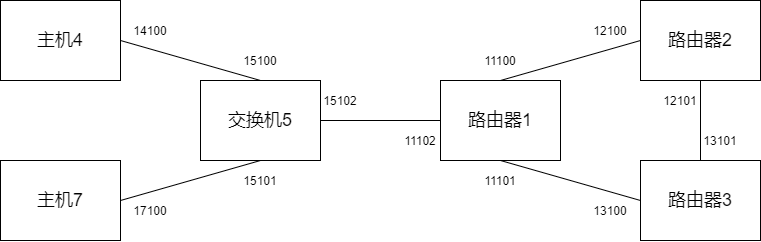
Above: Project1-MinNE-python/report/images/topology-4.png in mrcaidev/computer-network-and-communication-technology (draw.io), before the change. Source tidied: cells renumbered, new cells last; positions are measured from the earlier drawing's top-left corner, leaving out a move shared by most shapes.
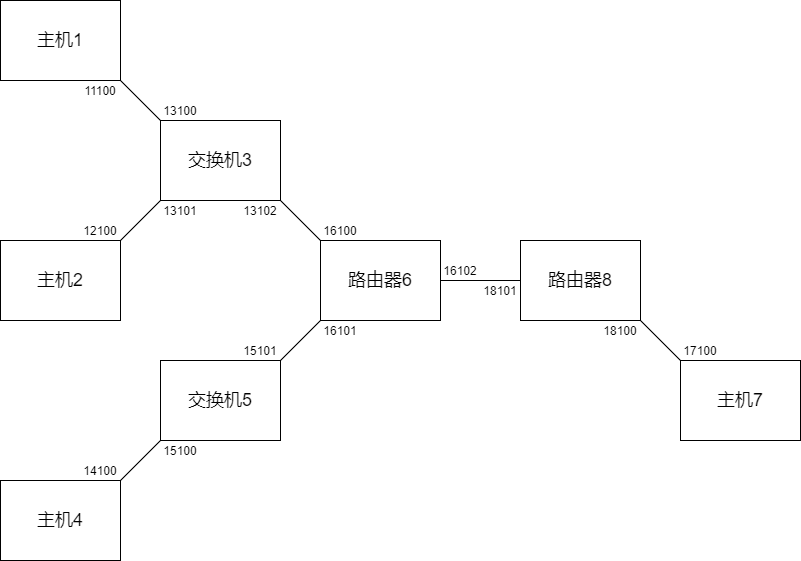
After the change.

What changed in the source:
```diff
@@ -2,77 +2,92 @@
   <root>
     <mxCell id="0" />
     <mxCell id="1" parent="0" />
-    <mxCell id="2" style="edgeStyle=none;html=1;exitX=1;exitY=0.5;exitDx=0;exitDy=0;entryX=0.5;entryY=0;entryDx=0;entryDy=0;endArrow=none;endFill=0;" parent="1" edge="1" source="3" target="7">
+    <mxCell id="2" style="edgeStyle=none;html=1;exitX=1;exitY=0;exitDx=0;exitDy=0;entryX=0;entryY=1;entryDx=0;entryDy=0;endArrow=none;endFill=0;" parent="1" edge="1" source="3" target="7">
       <mxGeometry relative="1" as="geometry" />
     </mxCell>
-    <mxCell id="3" value="&lt;font style=&quot;font-size: 18px&quot;&gt;主机4&lt;/font&gt;" style="rounded=0;whiteSpace=wrap;html=1;" parent="1" vertex="1">
-      <mxGeometry width="120" height="80" as="geometry" />
+    <mxCell id="3" value="&lt;font style=&quot;font-size: 18px&quot;&gt;主机2&lt;/font&gt;" style="rounded=0;whiteSpace=wrap;html=1;" parent="1" vertex="1">
+      <mxGeometry x="40" y="200" width="120" height="80" as="geometry" />
     </mxCell>
-    <mxCell id="4" value="&lt;font style=&quot;font-size: 18px&quot;&gt;主机7&lt;/font&gt;" style="rounded=0;whiteSpace=wrap;html=1;" parent="1" vertex="1">
-      <mxGeometry y="160" width="120" height="80" as="geometry" />
+    <mxCell id="4" value="&lt;font style=&quot;font-size: 18px&quot;&gt;主机1&lt;/font&gt;" style="rounded=0;whiteSpace=wrap;html=1;" parent="1" vertex="1">
+      <mxGeometry x="40" y="-40" width="120" height="80" as="geometry" />
     </mxCell>
-    <mxCell id="5" style="edgeStyle=none;html=1;exitX=0.5;exitY=1;exitDx=0;exitDy=0;entryX=1;entryY=0.5;entryDx=0;entryDy=0;endArrow=none;endFill=0;" parent="1" edge="1" source="7" target="4">
+    <mxCell id="5" style="edgeStyle=none;html=1;exitX=0;exitY=0;exitDx=0;exitDy=0;entryX=1;entryY=1;entryDx=0;entryDy=0;endArrow=none;endFill=0;" parent="1" edge="1" source="7" target="4">
       <mxGeometry relative="1" as="geometry" />
     </mxCell>
-    <mxCell id="6" style="edgeStyle=none;html=1;exitX=1;exitY=0.5;exitDx=0;exitDy=0;entryX=0;entryY=0.5;entryDx=0;entryDy=0;endArrow=none;endFill=0;" parent="1" edge="1" source="7" target="9">
+    <mxCell id="6" style="edgeStyle=none;html=1;exitX=1;exitY=1;exitDx=0;exitDy=0;entryX=0;entryY=0;entryDx=0;entryDy=0;endArrow=none;endFill=0;" parent="1" edge="1" source="7" target="9">
       <mxGeometry relative="1" as="geometry" />
     </mxCell>
-    <mxCell id="7" value="&lt;font style=&quot;font-size: 18px&quot;&gt;交换机5&lt;/font&gt;" style="rounded=0;whiteSpace=wrap;html=1;" parent="1" vertex="1">
+    <mxCell id="7" value="&lt;font style=&quot;font-size: 18px&quot;&gt;交换机3&lt;/font&gt;" style="rounded=0;whiteSpace=wrap;html=1;" parent="1" vertex="1">
       <mxGeometry x="200" y="80" width="120" height="80" as="geometry" />
     </mxCell>
-    <mxCell id="8" style="edgeStyle=none;html=1;exitX=0.5;exitY=0;exitDx=0;exitDy=0;entryX=0;entryY=0.5;entryDx=0;entryDy=0;endArrow=none;endFill=0;" parent="1" edge="1" source="9" target="11">
-      <mxGeometry relative="1" as="geometry" />
-    </mxCell>
+    <mxCell id="26" style="edgeStyle=none;html=1;exitX=0;exitY=1;exitDx=0;exitDy=0;entryX=1;entryY=0;entryDx=0;entryDy=0;endArrow=none;endFill=0;" parent="1" edge="1" source="9" target="30">
+      <mxGeometry relative="1" as="geometry" />
+    </mxCell>
-    <mxCell id="9" value="&lt;font style=&quot;font-size: 18px&quot;&gt;路由器1&lt;/font&gt;" style="rounded=0;whiteSpace=wrap;html=1;" parent="1" vertex="1">
-      <mxGeometry x="440" y="80" width="120" height="80" as="geometry" />
+    <mxCell id="9" value="&lt;font style=&quot;font-size: 18px&quot;&gt;路由器6&lt;/font&gt;" style="rounded=0;whiteSpace=wrap;html=1;" parent="1" vertex="1">
+      <mxGeometry x="360" y="200" width="120" height="80" as="geometry" />
     </mxCell>
-    <mxCell id="10" style="edgeStyle=none;html=1;exitX=0.5;exitY=1;exitDx=0;exitDy=0;entryX=0.5;entryY=0;entryDx=0;entryDy=0;endArrow=none;endFill=0;" parent="1" edge="1" source="11" target="13">
-      <mxGeometry relative="1" as="geometry" />
-    </mxCell>
-    <mxCell id="11" value="&lt;font style=&quot;font-size: 18px&quot;&gt;路由器2&lt;/font&gt;" style="rounded=0;whiteSpace=wrap;html=1;" parent="1" vertex="1">
-      <mxGeometry x="640" width="120" height="80" as="geometry" />
-    </mxCell>
-    <mxCell id="12" style="edgeStyle=none;html=1;exitX=0;exitY=0.5;exitDx=0;exitDy=0;entryX=0.5;entryY=1;entryDx=0;entryDy=0;endArrow=none;endFill=0;" parent="1" edge="1" source="13" target="9">
+    <mxCell id="12" style="edgeStyle=none;html=1;exitX=0;exitY=0.5;exitDx=0;exitDy=0;entryX=1;entryY=0.5;entryDx=0;entryDy=0;endArrow=none;endFill=0;" parent="1" edge="1" source="13" target="9">
       <mxGeometry relative="1" as="geometry" />
     </mxCell>
+    <mxCell id="27" style="edgeStyle=none;html=1;exitX=1;exitY=1;exitDx=0;exitDy=0;entryX=0;entryY=0;entryDx=0;entryDy=0;endArrow=none;endFill=0;" parent="1" edge="1" source="13" target="28">
+      <mxGeometry relative="1" as="geometry" />
+    </mxCell>
-    <mxCell id="13" value="&lt;font style=&quot;font-size: 18px&quot;&gt;路由器3&lt;/font&gt;" style="rounded=0;whiteSpace=wrap;html=1;" parent="1" vertex="1">
-      <mxGeometry x="640" y="160" width="120" height="80" as="geometry" />
+    <mxCell id="13" value="&lt;font style=&quot;font-size: 18px&quot;&gt;路由器8&lt;/font&gt;" style="rounded=0;whiteSpace=wrap;html=1;" parent="1" vertex="1">
+      <mxGeometry x="560" y="200" width="120" height="80" as="geometry" />
     </mxCell>
+    <mxCell id="28" value="&lt;font style=&quot;font-size: 18px&quot;&gt;主机7&lt;/font&gt;" style="rounded=0;whiteSpace=wrap;html=1;" parent="1" vertex="1">
+      <mxGeometry x="720" y="320" width="120" height="80" as="geometry" />
+    </mxCell>
+    <mxCell id="29" style="edgeStyle=none;html=1;exitX=0;exitY=1;exitDx=0;exitDy=0;entryX=1;entryY=0;entryDx=0;entryDy=0;endArrow=none;endFill=0;" parent="1" edge="1" source="30" target="31">
+      <mxGeometry relative="1" as="geometry" />
+    </mxCell>
+    <mxCell id="30" value="&lt;font style=&quot;font-size: 18px&quot;&gt;交换机5&lt;/font&gt;" style="rounded=0;whiteSpace=wrap;html=1;" parent="1" vertex="1">
+      <mxGeometry x="200" y="320" width="120" height="80" as="geometry" />
+    </mxCell>
+    <mxCell id="31" value="&lt;font style=&quot;font-size: 18px&quot;&gt;主机4&lt;/font&gt;" style="rounded=0;whiteSpace=wrap;html=1;" parent="1" vertex="1">
+      <mxGeometry x="40" y="440" width="120" height="80" as="geometry" />
+    </mxCell>
+    <mxCell id="20" value="11100" style="text;html=1;strokeColor=none;fillColor=none;align=center;verticalAlign=middle;whiteSpace=wrap;rounded=0;" parent="1" vertex="1">
+      <mxGeometry x="120" y="40" width="40" height="20" as="geometry" />
+    </mxCell>
+    <mxCell id="25" value="13100" style="text;html=1;strokeColor=none;fillColor=none;align=center;verticalAlign=middle;whiteSpace=wrap;rounded=0;" parent="1" vertex="1">
+      <mxGeometry x="200" y="60" width="40" height="20" as="geometry" />
+    </mxCell>
+    <mxCell id="22" value="12100" style="text;html=1;strokeColor=none;fillColor=none;align=center;verticalAlign=middle;whiteSpace=wrap;rounded=0;" parent="1" vertex="1">
+      <mxGeometry x="120" y="180" width="40" height="20" as="geometry" />
+    </mxCell>
+    <mxCell id="24" value="13101" style="text;html=1;strokeColor=none;fillColor=none;align=center;verticalAlign=middle;whiteSpace=wrap;rounded=0;" parent="1" vertex="1">
+      <mxGeometry x="200" y="160" width="40" height="20" as="geometry" />
+    </mxCell>
+    <mxCell id="32" value="13102" style="text;html=1;strokeColor=none;fillColor=none;align=center;verticalAlign=middle;whiteSpace=wrap;rounded=0;" parent="1" vertex="1">
+      <mxGeometry x="280" y="160" width="40" height="20" as="geometry" />
+    </mxCell>
+    <mxCell id="33" value="16100" style="text;html=1;strokeColor=none;fillColor=none;align=center;verticalAlign=middle;whiteSpace=wrap;rounded=0;" parent="1" vertex="1">
+      <mxGeometry x="360" y="180" width="40" height="20" as="geometry" />
+    </mxCell>
+    <mxCell id="34" value="16101" style="text;html=1;strokeColor=none;fillColor=none;align=center;verticalAlign=middle;whiteSpace=wrap;rounded=0;" parent="1" vertex="1">
+      <mxGeometry x="360" y="280" width="40" height="20" as="geometry" />
+    </mxCell>
+    <mxCell id="16" value="15101" style="text;html=1;strokeColor=none;fillColor=none;align=center;verticalAlign=middle;whiteSpace=wrap;rounded=0;" parent="1" vertex="1">
+      <mxGeometry x="280" y="300" width="40" height="20" as="geometry" />
+    </mxCell>
+    <mxCell id="15" value="15100" style="text;html=1;strokeColor=none;fillColor=none;align=center;verticalAlign=middle;whiteSpace=wrap;rounded=0;" parent="1" vertex="1">
+      <mxGeometry x="200" y="400" width="40" height="20" as="geometry" />
+    </mxCell>
     <mxCell id="14" value="14100" style="text;html=1;strokeColor=none;fillColor=none;align=center;verticalAlign=middle;whiteSpace=wrap;rounded=0;" parent="1" vertex="1">
-      <mxGeometry x="130" y="20" width="40" height="20" as="geometry" />
+      <mxGeometry x="120" y="420" width="40" height="20" as="geometry" />
     </mxCell>
-    <mxCell id="15" value="15100" style="text;html=1;strokeColor=none;fillColor=none;align=center;verticalAlign=middle;whiteSpace=wrap;rounded=0;" parent="1" vertex="1">
-      <mxGeometry x="240" y="50" width="40" height="20" as="geometry" />
-    </mxCell>
-    <mxCell id="16" value="15101" style="text;html=1;strokeColor=none;fillColor=none;align=center;verticalAlign=middle;whiteSpace=wrap;rounded=0;" parent="1" vertex="1">
-      <mxGeometry x="240" y="170" width="40" height="20" as="geometry" />
-    </mxCell>
+    <mxCell id="35" value="16102" style="text;html=1;strokeColor=none;fillColor=none;align=center;verticalAlign=middle;whiteSpace=wrap;rounded=0;" parent="1" vertex="1">
+      <mxGeometry x="480" y="220" width="40" height="20" as="geometry" />
+    </mxCell>
+    <mxCell id="36" value="18101" style="text;html=1;strokeColor=none;fillColor=none;align=center;verticalAlign=middle;whiteSpace=wrap;rounded=0;" parent="1" vertex="1">
+      <mxGeometry x="520" y="240" width="40" height="20" as="geometry" />
+    </mxCell>
+    <mxCell id="37" value="18100" style="text;html=1;strokeColor=none;fillColor=none;align=center;verticalAlign=middle;whiteSpace=wrap;rounded=0;" parent="1" vertex="1">
+      <mxGeometry x="640" y="280" width="40" height="20" as="geometry" />
+    </mxCell>
     <mxCell id="17" value="17100" style="text;html=1;strokeColor=none;fillColor=none;align=center;verticalAlign=middle;whiteSpace=wrap;rounded=0;" parent="1" vertex="1">
-      <mxGeometry x="130" y="200" width="40" height="20" as="geometry" />
+      <mxGeometry x="720" y="300" width="40" height="20" as="geometry" />
     </mxCell>
-    <mxCell id="18" value="15102" style="text;html=1;strokeColor=none;fillColor=none;align=center;verticalAlign=middle;whiteSpace=wrap;rounded=0;" parent="1" vertex="1">
-      <mxGeometry x="320" y="90" width="40" height="20" as="geometry" />
-    </mxCell>
-    <mxCell id="19" value="11102" style="text;html=1;strokeColor=none;fillColor=none;align=center;verticalAlign=middle;whiteSpace=wrap;rounded=0;" parent="1" vertex="1">
-      <mxGeometry x="400" y="130" width="40" height="20" as="geometry" />
-    </mxCell>
-    <mxCell id="20" value="11100" style="text;html=1;strokeColor=none;fillColor=none;align=center;verticalAlign=middle;whiteSpace=wrap;rounded=0;" parent="1" vertex="1">
-      <mxGeometry x="480" y="50" width="40" height="20" as="geometry" />
-    </mxCell>
-    <mxCell id="21" value="11101" style="text;html=1;strokeColor=none;fillColor=none;align=center;verticalAlign=middle;whiteSpace=wrap;rounded=0;" parent="1" vertex="1">
-      <mxGeometry x="480" y="170" width="40" height="20" as="geometry" />
-    </mxCell>
-    <mxCell id="22" value="12100" style="text;html=1;strokeColor=none;fillColor=none;align=center;verticalAlign=middle;whiteSpace=wrap;rounded=0;" parent="1" vertex="1">
-      <mxGeometry x="590" y="20" width="40" height="20" as="geometry" />
-    </mxCell>
-    <mxCell id="23" value="12101" style="text;html=1;strokeColor=none;fillColor=none;align=center;verticalAlign=middle;whiteSpace=wrap;rounded=0;" parent="1" vertex="1">
-      <mxGeometry x="660" y="90" width="40" height="20" as="geometry" />
-    </mxCell>
-    <mxCell id="24" value="13101" style="text;html=1;strokeColor=none;fillColor=none;align=center;verticalAlign=middle;whiteSpace=wrap;rounded=0;" parent="1" vertex="1">
-      <mxGeometry x="700" y="130" width="40" height="20" as="geometry" />
-    </mxCell>
-    <mxCell id="25" value="13100" style="text;html=1;strokeColor=none;fillColor=none;align=center;verticalAlign=middle;whiteSpace=wrap;rounded=0;" parent="1" vertex="1">
-      <mxGeometry x="590" y="200" width="40" height="20" as="geometry" />
-    </mxCell>
   </root>
 </mxGraphModel>
```
